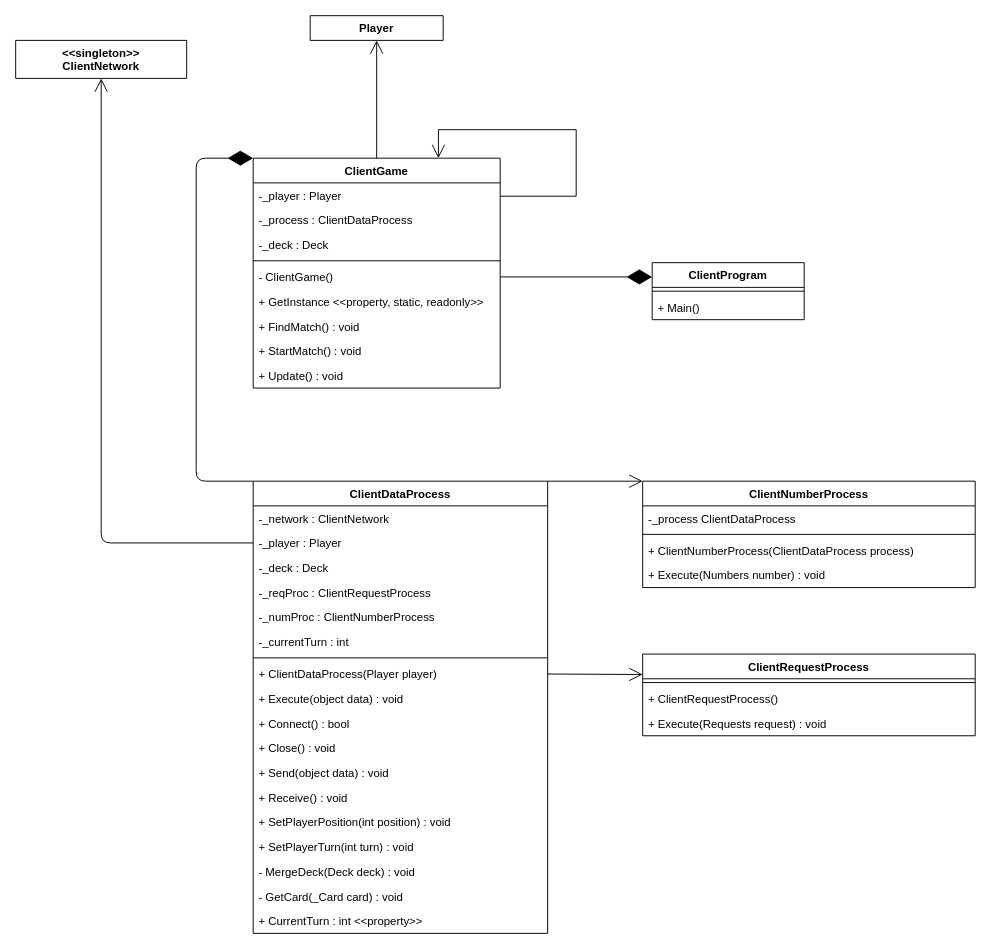
Before: Documentation/UML/ClientSide.drawio in Jiruu246/Exploding_Kittens, a draw.io diagram. Source tidied: cells renumbered, new cells numbered last; positions are measured from the earlier drawing's top-left corner, leaving out a move shared by most shapes. Both pictures are drawn from the tidied source at 95%, with x=0, y=0 at pixel (15, 15).
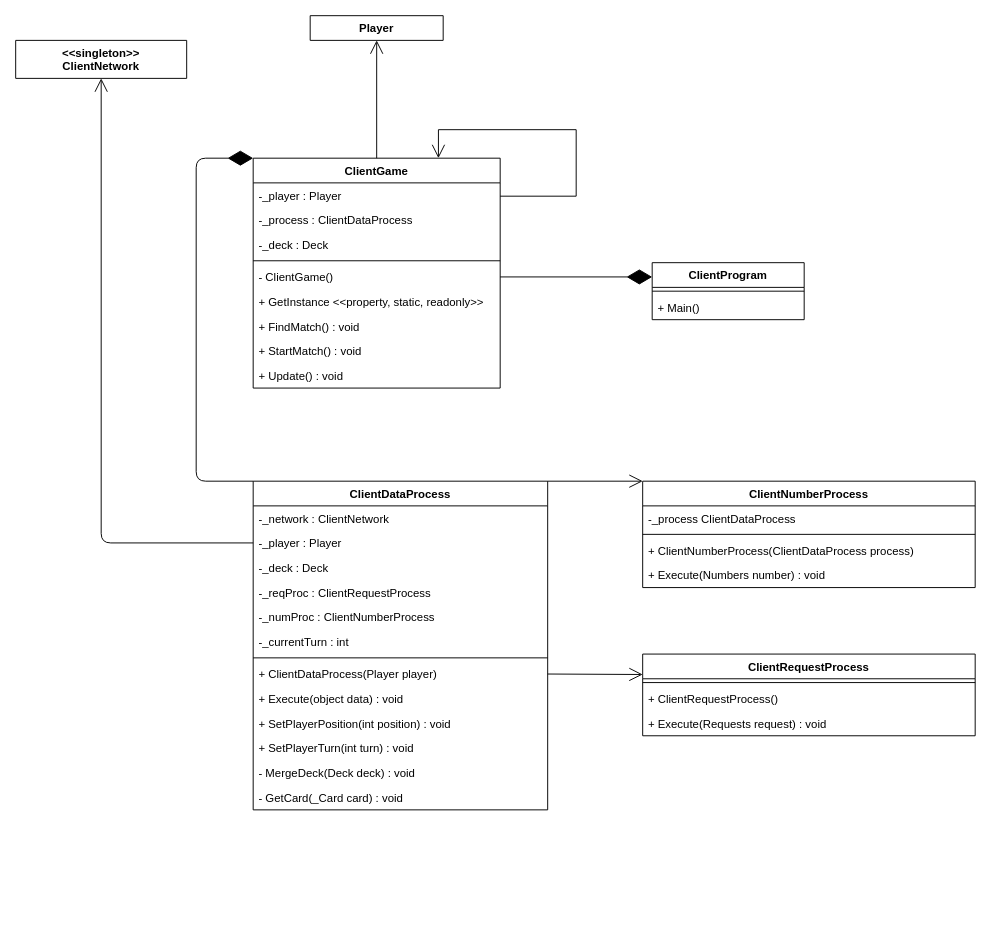
The same diagram, later.

The edit, as a diff of the source:
```diff
@@
     <mxCell id="19" value="ClientDataProcess" style="swimlane;fontStyle=1;align=center;verticalAlign=top;horizontal=1;startSize=26;" parent="1" vertex="1">
-      <mxGeometry x="250" y="490" width="310" height="476" as="geometry" />
+      <mxGeometry x="250" y="490" width="310" height="346" as="geometry" />
     </mxCell>
@@
-    <mxCell id="29" value="+ Connect() : bool" style="text;strokeColor=none;fillColor=none;align=left;verticalAlign=top;spacingLeft=4;spacingRight=4;overflow=hidden;" parent="19" vertex="1">
-      <mxGeometry y="242" width="310" height="26" as="geometry" />
-    </mxCell>
-    <mxCell id="30" value="+ Close() : void" style="text;strokeColor=none;fillColor=none;align=left;verticalAlign=top;spacingLeft=4;spacingRight=4;overflow=hidden;" parent="19" vertex="1">
-      <mxGeometry y="268" width="310" height="26" as="geometry" />
-    </mxCell>
-    <mxCell id="31" value="+ Send(object data) : void" style="text;strokeColor=none;fillColor=none;align=left;verticalAlign=top;spacingLeft=4;spacingRight=4;overflow=hidden;" parent="19" vertex="1">
-      <mxGeometry y="294" width="310" height="26" as="geometry" />
-    </mxCell>
-    <mxCell id="32" value="+ Receive() : void" style="text;strokeColor=none;fillColor=none;align=left;verticalAlign=top;spacingLeft=4;spacingRight=4;overflow=hidden;" parent="19" vertex="1">
-      <mxGeometry y="320" width="310" height="26" as="geometry" />
-    </mxCell>
     <mxCell id="33" value="+ SetPlayerPosition(int position) : void" style="text;strokeColor=none;fillColor=none;align=left;verticalAlign=top;spacingLeft=4;spacingRight=4;overflow=hidden;" parent="19" vertex="1">
-      <mxGeometry y="346" width="310" height="26" as="geometry" />
+      <mxGeometry y="242" width="310" height="26" as="geometry" />
     </mxCell>
     <mxCell id="34" value="+ SetPlayerTurn(int turn) : void" style="text;strokeColor=none;fillColor=none;align=left;verticalAlign=top;spacingLeft=4;spacingRight=4;overflow=hidden;" parent="19" vertex="1">
-      <mxGeometry y="372" width="310" height="26" as="geometry" />
+      <mxGeometry y="268" width="310" height="26" as="geometry" />
     </mxCell>
     <mxCell id="35" value="- MergeDeck(Deck deck) : void" style="text;strokeColor=none;fillColor=none;align=left;verticalAlign=top;spacingLeft=4;spacingRight=4;overflow=hidden;" parent="19" vertex="1">
-      <mxGeometry y="398" width="310" height="26" as="geometry" />
+      <mxGeometry y="294" width="310" height="26" as="geometry" />
     </mxCell>
     <mxCell id="36" value="- GetCard(_Card card) : void" style="text;strokeColor=none;fillColor=none;align=left;verticalAlign=top;spacingLeft=4;spacingRight=4;overflow=hidden;" parent="19" vertex="1">
-      <mxGeometry y="424" width="310" height="26" as="geometry" />
+      <mxGeometry y="320" width="310" height="26" as="geometry" />
     </mxCell>
-    <mxCell id="37" value="+ CurrentTurn : int &lt;&lt;property&gt;&gt;" style="text;strokeColor=none;fillColor=none;align=left;verticalAlign=top;spacingLeft=4;spacingRight=4;overflow=hidden;" parent="19" vertex="1">
-      <mxGeometry y="450" width="310" height="26" as="geometry" />
-    </mxCell>
```
